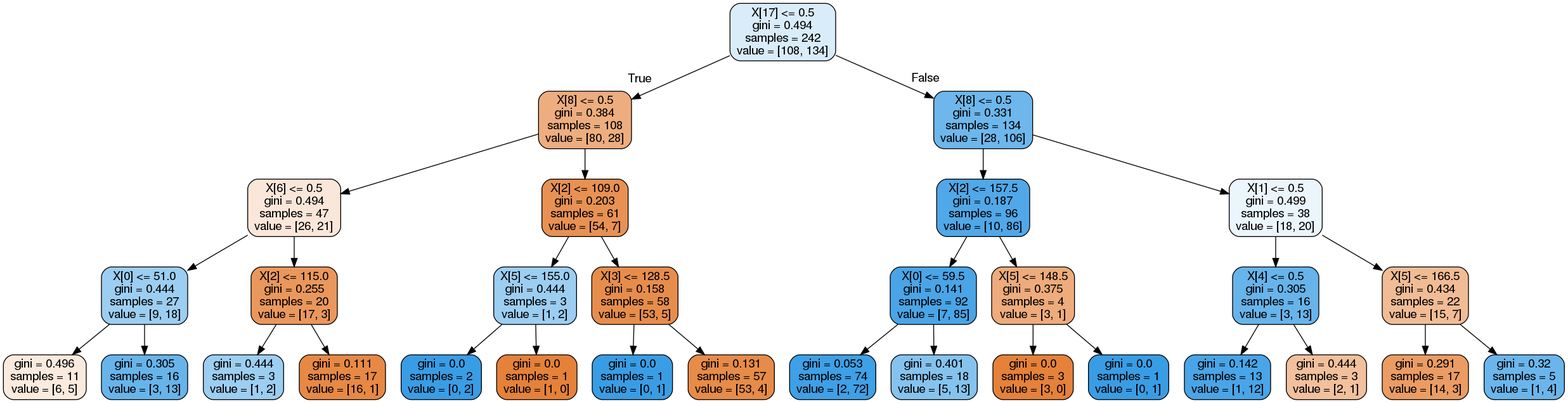
Before: heart_clf.png, a diagram exported from Graphviz (murilommen/heart-disease-uci). Its source is kept beside it as heart_clf.dot. Its diagram source:
```dot
digraph Tree {
node [shape=box, style="filled, rounded", color="black", fontname=helvetica] ;
edge [fontname=helvetica] ;
0 [label="X[17] <= 0.5\ngini = 0.494\nsamples = 242\nvalue = [108, 134]", fillcolor="#d9ecfa"] ;
1 [label="X[8] <= 0.5\ngini = 0.384\nsamples = 108\nvalue = [80, 28]", fillcolor="#eead7e"] ;
0 -> 1 [labeldistance=2.5, labelangle=45, headlabel="True"] ;
2 [label="X[6] <= 0.5\ngini = 0.494\nsamples = 47\nvalue = [26, 21]", fillcolor="#fae7d9"] ;
1 -> 2 ;
3 [label="X[0] <= 51.0\ngini = 0.444\nsamples = 27\nvalue = [9, 18]", fillcolor="#9ccef2"] ;
2 -> 3 ;
4 [label="gini = 0.496\nsamples = 11\nvalue = [6, 5]", fillcolor="#fbeade"] ;
3 -> 4 ;
5 [label="gini = 0.305\nsamples = 16\nvalue = [3, 13]", fillcolor="#67b4eb"] ;
3 -> 5 ;
6 [label="X[2] <= 115.0\ngini = 0.255\nsamples = 20\nvalue = [17, 3]", fillcolor="#ea975c"] ;
2 -> 6 ;
7 [label="gini = 0.444\nsamples = 3\nvalue = [1, 2]", fillcolor="#9ccef2"] ;
6 -> 7 ;
8 [label="gini = 0.111\nsamples = 17\nvalue = [16, 1]", fillcolor="#e78945"] ;
6 -> 8 ;
9 [label="X[2] <= 109.0\ngini = 0.203\nsamples = 61\nvalue = [54, 7]", fillcolor="#e89153"] ;
1 -> 9 ;
10 [label="X[5] <= 155.0\ngini = 0.444\nsamples = 3\nvalue = [1, 2]", fillcolor="#9ccef2"] ;
9 -> 10 ;
11 [label="gini = 0.0\nsamples = 2\nvalue = [0, 2]", fillcolor="#399de5"] ;
10 -> 11 ;
12 [label="gini = 0.0\nsamples = 1\nvalue = [1, 0]", fillcolor="#e58139"] ;
10 -> 12 ;
13 [label="X[3] <= 128.5\ngini = 0.158\nsamples = 58\nvalue = [53, 5]", fillcolor="#e78d4c"] ;
9 -> 13 ;
14 [label="gini = 0.0\nsamples = 1\nvalue = [0, 1]", fillcolor="#399de5"] ;
13 -> 14 ;
15 [label="gini = 0.131\nsamples = 57\nvalue = [53, 4]", fillcolor="#e78b48"] ;
13 -> 15 ;
16 [label="X[8] <= 0.5\ngini = 0.331\nsamples = 134\nvalue = [28, 106]", fillcolor="#6db7ec"] ;
0 -> 16 [labeldistance=2.5, labelangle=-45, headlabel="False"] ;
17 [label="X[2] <= 157.5\ngini = 0.187\nsamples = 96\nvalue = [10, 86]", fillcolor="#50a8e8"] ;
16 -> 17 ;
18 [label="X[0] <= 59.5\ngini = 0.141\nsamples = 92\nvalue = [7, 85]", fillcolor="#49a5e7"] ;
17 -> 18 ;
19 [label="gini = 0.053\nsamples = 74\nvalue = [2, 72]", fillcolor="#3ea0e6"] ;
18 -> 19 ;
20 [label="gini = 0.401\nsamples = 18\nvalue = [5, 13]", fillcolor="#85c3ef"] ;
18 -> 20 ;
21 [label="X[5] <= 148.5\ngini = 0.375\nsamples = 4\nvalue = [3, 1]", fillcolor="#eeab7b"] ;
17 -> 21 ;
22 [label="gini = 0.0\nsamples = 3\nvalue = [3, 0]", fillcolor="#e58139"] ;
21 -> 22 ;
23 [label="gini = 0.0\nsamples = 1\nvalue = [0, 1]", fillcolor="#399de5"] ;
21 -> 23 ;
24 [label="X[1] <= 0.5\ngini = 0.499\nsamples = 38\nvalue = [18, 20]", fillcolor="#ebf5fc"] ;
16 -> 24 ;
25 [label="X[4] <= 0.5\ngini = 0.305\nsamples = 16\nvalue = [3, 13]", fillcolor="#67b4eb"] ;
24 -> 25 ;
26 [label="gini = 0.142\nsamples = 13\nvalue = [1, 12]", fillcolor="#49a5e7"] ;
25 -> 26 ;
27 [label="gini = 0.444\nsamples = 3\nvalue = [2, 1]", fillcolor="#f2c09c"] ;
25 -> 27 ;
28 [label="X[5] <= 166.5\ngini = 0.434\nsamples = 22\nvalue = [15, 7]", fillcolor="#f1bc95"] ;
24 -> 28 ;
29 [label="gini = 0.291\nsamples = 17\nvalue = [14, 3]", fillcolor="#eb9c63"] ;
28 -> 29 ;
30 [label="gini = 0.32\nsamples = 5\nvalue = [1, 4]", fillcolor="#6ab6ec"] ;
28 -> 30 ;
}
```
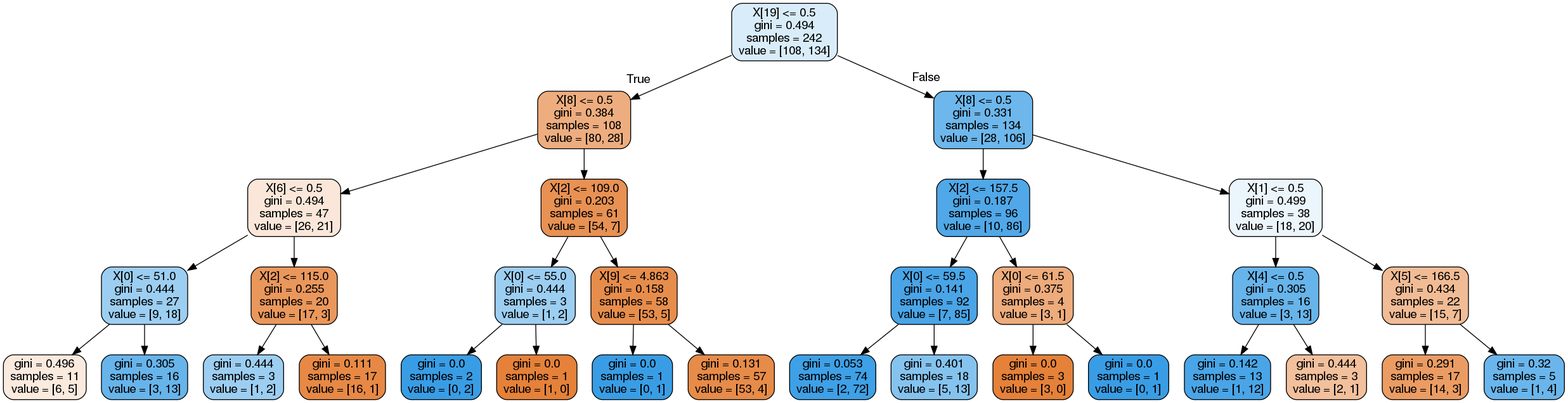
The same diagram one commit later.

Diff of the diagram source:
```diff
@@ -1,7 +1,7 @@
 digraph Tree {
 node [shape=box, style="filled, rounded", color="black", fontname=helvetica] ;
 edge [fontname=helvetica] ;
-0 [label="X[17] <= 0.5\ngini = 0.494\nsamples = 242\nvalue = [108, 134]", fillcolor="#d9ecfa"] ;
+0 [label="X[19] <= 0.5\ngini = 0.494\nsamples = 242\nvalue = [108, 134]", fillcolor="#d9ecfa"] ;
 1 [label="X[8] <= 0.5\ngini = 0.384\nsamples = 108\nvalue = [80, 28]", fillcolor="#eead7e"] ;
 0 -> 1 [labeldistance=2.5, labelangle=45, headlabel="True"] ;
 2 [label="X[6] <= 0.5\ngini = 0.494\nsamples = 47\nvalue = [26, 21]", fillcolor="#fae7d9"] ;
@@ -20,13 +20,13 @@
 6 -> 8 ;
 9 [label="X[2] <= 109.0\ngini = 0.203\nsamples = 61\nvalue = [54, 7]", fillcolor="#e89153"] ;
 1 -> 9 ;
-10 [label="X[5] <= 155.0\ngini = 0.444\nsamples = 3\nvalue = [1, 2]", fillcolor="#9ccef2"] ;
+10 [label="X[0] <= 55.0\ngini = 0.444\nsamples = 3\nvalue = [1, 2]", fillcolor="#9ccef2"] ;
 9 -> 10 ;
 11 [label="gini = 0.0\nsamples = 2\nvalue = [0, 2]", fillcolor="#399de5"] ;
 10 -> 11 ;
 12 [label="gini = 0.0\nsamples = 1\nvalue = [1, 0]", fillcolor="#e58139"] ;
 10 -> 12 ;
-13 [label="X[3] <= 128.5\ngini = 0.158\nsamples = 58\nvalue = [53, 5]", fillcolor="#e78d4c"] ;
+13 [label="X[9] <= 4.863\ngini = 0.158\nsamples = 58\nvalue = [53, 5]", fillcolor="#e78d4c"] ;
 9 -> 13 ;
 14 [label="gini = 0.0\nsamples = 1\nvalue = [0, 1]", fillcolor="#399de5"] ;
 13 -> 14 ;
@@ -42,7 +42,7 @@
 18 -> 19 ;
 20 [label="gini = 0.401\nsamples = 18\nvalue = [5, 13]", fillcolor="#85c3ef"] ;
 18 -> 20 ;
-21 [label="X[5] <= 148.5\ngini = 0.375\nsamples = 4\nvalue = [3, 1]", fillcolor="#eeab7b"] ;
+21 [label="X[0] <= 61.5\ngini = 0.375\nsamples = 4\nvalue = [3, 1]", fillcolor="#eeab7b"] ;
 17 -> 21 ;
 22 [label="gini = 0.0\nsamples = 3\nvalue = [3, 0]", fillcolor="#e58139"] ;
 21 -> 22 ;
```
